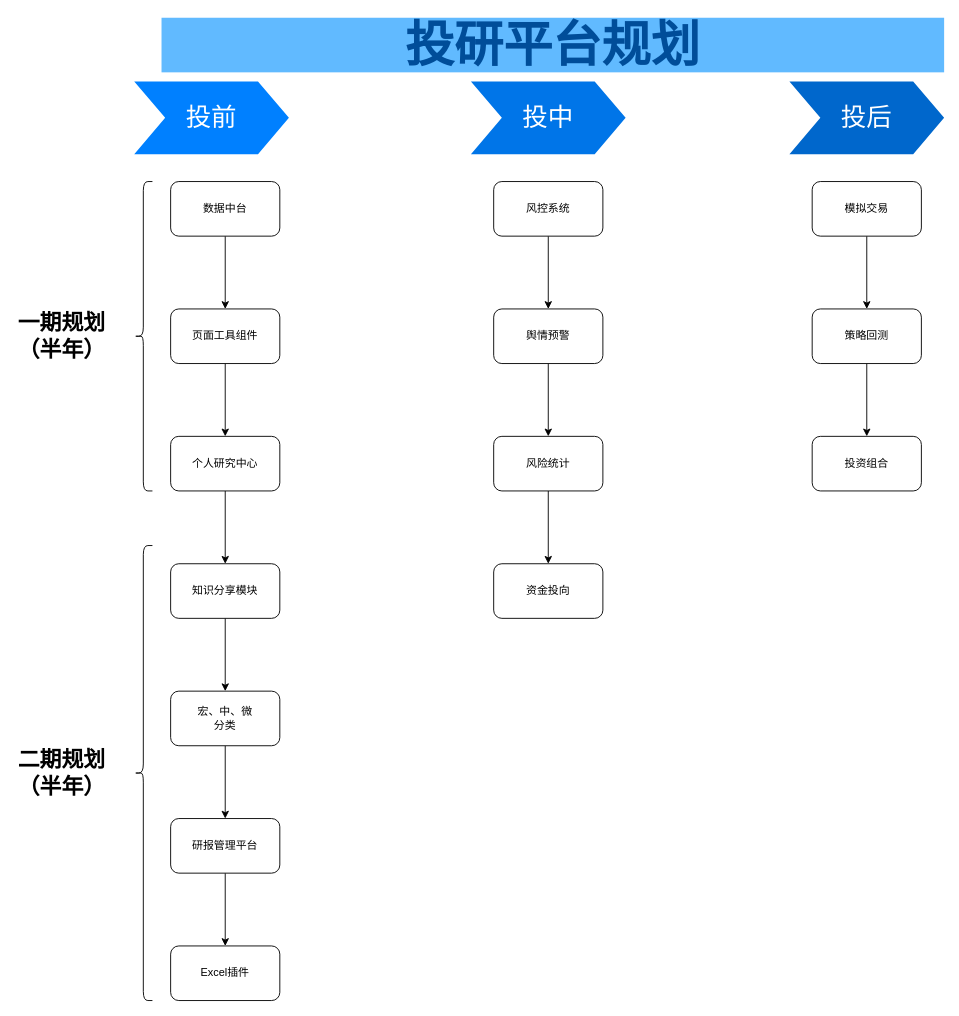
Earlier version of the draw.io diagram Untitled Diagram.drawio (Skypow2012/idjiwixuicvhkws). Source tidied: cells renumbered, new cells numbered last; positions are measured from the earlier drawing's top-left corner, leaving out a move shared by most shapes. Both pictures are drawn from the tidied source at 91%, with x=0, y=0 at pixel (15, 17).
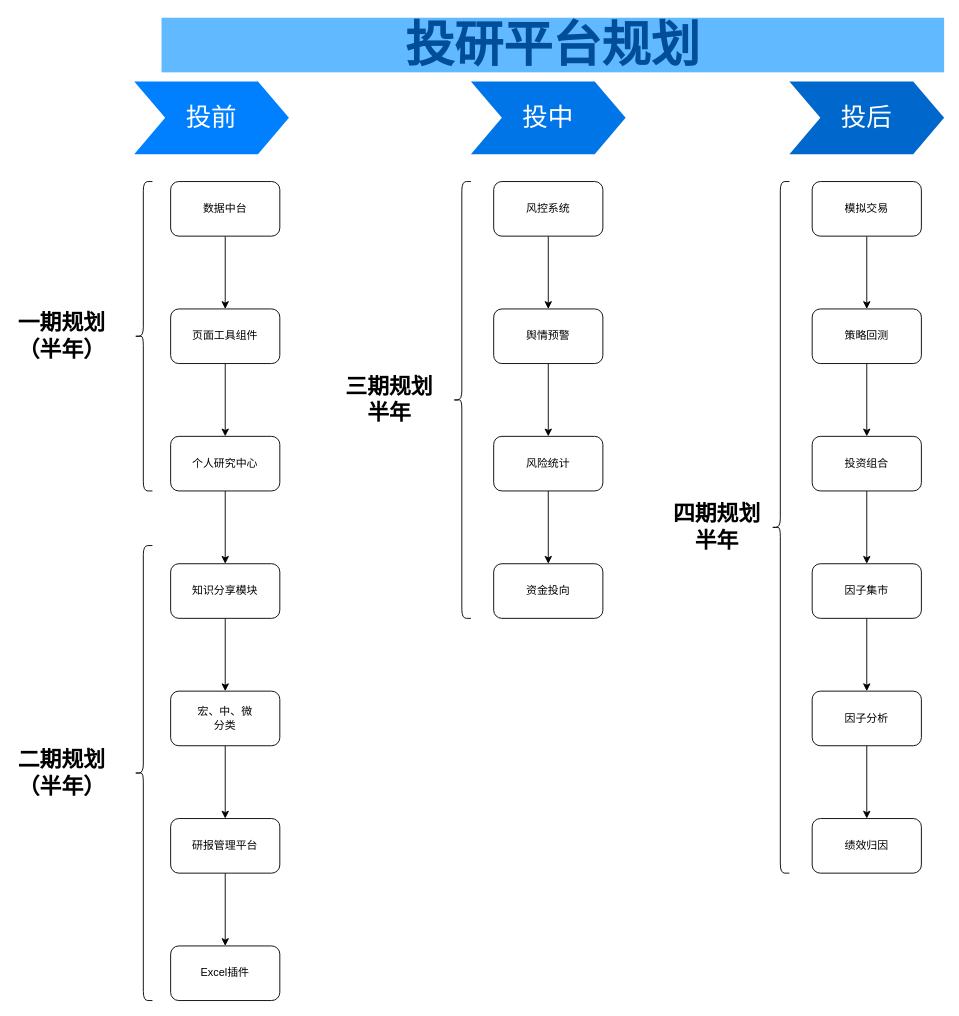
Above is the later version.

The change refers to these unchanged cells:
```xml
<mxCell id="34" value="投资组合" style="whiteSpace=wrap;html=1;rounded=1;" parent="1" vertex="1">
  <mxGeometry x="875" y="460" width="120" height="60" as="geometry" />
</mxCell>
```

What changed in the source:
```diff
@@
+    <mxCell id="35" style="edgeStyle=orthogonalEdgeStyle;rounded=0;jettySize=auto;html=1;" parent="1" edge="1" source="34" target="39">
+      <mxGeometry relative="1" as="geometry" />
+    </mxCell>
@@
+    <mxCell id="36" style="shape=curlyBracket;whiteSpace=wrap;html=1;rounded=1;" parent="1" vertex="1">
+      <mxGeometry x="480" y="180" width="20" height="480" as="geometry" />
+    </mxCell>
+    <mxCell id="37" value="三期规划&lt;br&gt;半年" style="text;strokeColor=none;fillColor=none;html=1;fontSize=24;fontStyle=1;verticalAlign=middle;align=center;" parent="1" vertex="1">
+      <mxGeometry x="360" y="400" width="100" height="40" as="geometry" />
+    </mxCell>
+    <mxCell id="38" style="edgeStyle=orthogonalEdgeStyle;rounded=0;jettySize=auto;html=1;" parent="1" edge="1" source="39" target="41">
+      <mxGeometry relative="1" as="geometry" />
+    </mxCell>
+    <mxCell id="39" value="因子集市" style="whiteSpace=wrap;html=1;rounded=1;" parent="1" vertex="1">
+      <mxGeometry x="875" y="600" width="120" height="60" as="geometry" />
+    </mxCell>
+    <mxCell id="40" style="edgeStyle=orthogonalEdgeStyle;rounded=0;jettySize=auto;html=1;" parent="1" edge="1" source="41" target="42">
+      <mxGeometry relative="1" as="geometry" />
+    </mxCell>
+    <mxCell id="41" value="因子分析" style="whiteSpace=wrap;html=1;rounded=1;" parent="1" vertex="1">
+      <mxGeometry x="875" y="740" width="120" height="60" as="geometry" />
+    </mxCell>
+    <mxCell id="42" value="绩效归因" style="whiteSpace=wrap;html=1;rounded=1;" parent="1" vertex="1">
+      <mxGeometry x="875" y="880" width="120" height="60" as="geometry" />
+    </mxCell>
+    <mxCell id="43" value="四期规划&lt;br&gt;半年" style="text;strokeColor=none;fillColor=none;html=1;fontSize=24;fontStyle=1;verticalAlign=middle;align=center;" parent="1" vertex="1">
+      <mxGeometry x="720" y="540" width="100" height="40" as="geometry" />
+    </mxCell>
+    <mxCell id="44" style="shape=curlyBracket;whiteSpace=wrap;html=1;rounded=1;" parent="1" vertex="1">
+      <mxGeometry x="830" y="180" width="20" height="760" as="geometry" />
+    </mxCell>
```
